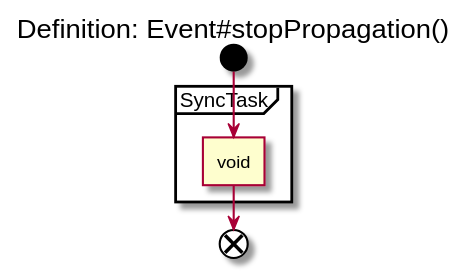
This is _uml/svg/EventTargetAPI/Definition_Event.stopPropagation.svg from imazzine/imazzine.github.io, a PlantUML export, as it was before one commit.
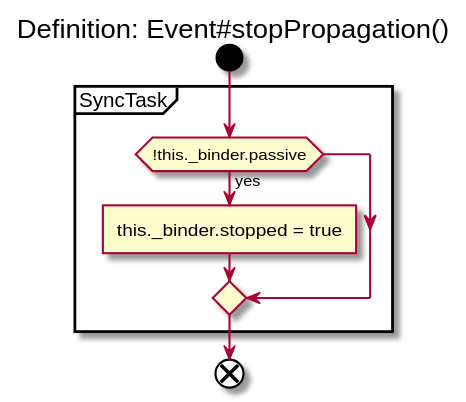
Later version of the same file.

Diff of the diagram source:
```diff
@@ -3,7 +3,9 @@
 
     start
         partition SyncTask {
-            :void]
+            if (!this._binder.passive) then (yes)
+                :this._binder.stopped = true]
+            endif
         }
     end
 @enduml
```
